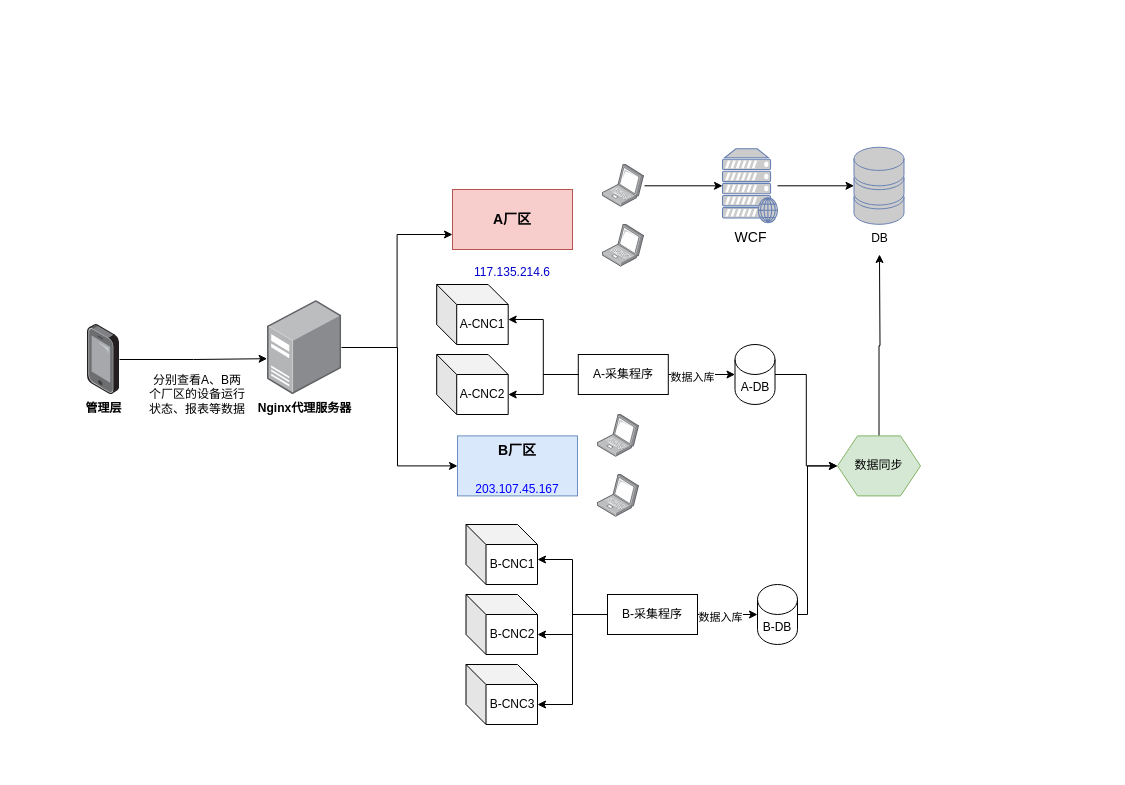
This is 未命名绘图.drawio from jglie/Hello-World, a draw.io file, before an edit. Source tidied: cells renumbered, new cells numbered last; positions are measured from the earlier drawing's top-left corner, leaving out a move shared by most shapes. Both pictures are drawn from the tidied source at 100%, with x=0, y=0 at pixel (87, 147).
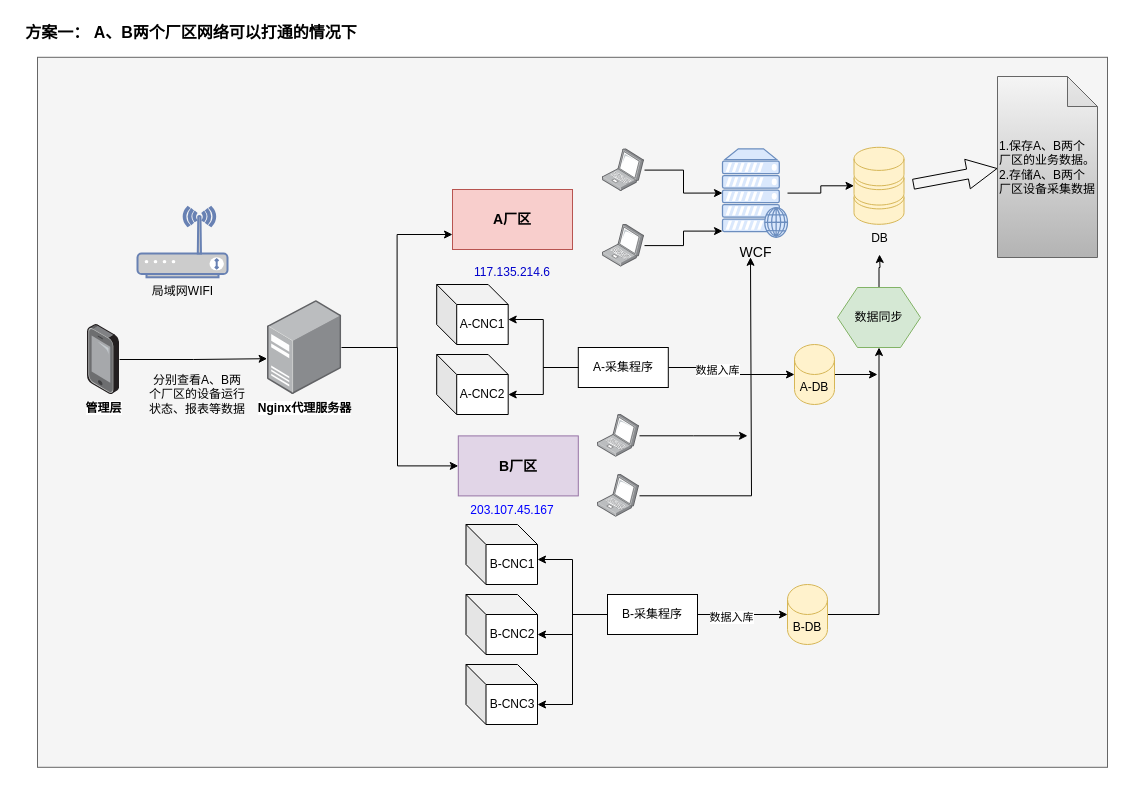
After the change.

Unchanged cells that the change refers to:
```xml
<mxCell id="15" style="image;points=[];html=1;align=center;shadow=0;dashed=0;image=img/lib/allied_telesis/computer_and_terminals/Laptop.svg;" parent="1" vertex="1">
  <mxGeometry x="515" y="76.8" width="42" height="42.6" as="geometry" />
</mxCell>
<mxCell id="16" style="image;points=[];html=1;align=center;shadow=0;dashed=0;image=img/lib/allied_telesis/computer_and_terminals/Laptop.svg;" parent="1" vertex="1">
  <mxGeometry x="510" y="267" width="42" height="42.6" as="geometry" />
</mxCell>
<mxCell id="17" style="image;points=[];html=1;align=center;shadow=0;dashed=0;image=img/lib/allied_telesis/computer_and_terminals/Laptop.svg;" parent="1" vertex="1">
  <mxGeometry x="510" y="327" width="42" height="42.6" as="geometry" />
</mxCell>
```

Diff of the diagram source:
```diff
@@
+    <mxCell id="42" style="rounded=0;whiteSpace=wrap;html=1;fillColor=#f5f5f5;fontColor=#333333;strokeColor=#666666;" parent="1" vertex="1">
+      <mxGeometry x="-50" y="-90.2" width="1070" height="710" as="geometry" />
+    </mxCell>
-    <mxCell id="2" value="&lt;font style=&quot;font-size: 14px;&quot;&gt;&lt;b&gt;B厂区&lt;/b&gt;&lt;/font&gt;&lt;div&gt;&lt;font style=&quot;font-size: 14px;&quot;&gt;&lt;b&gt;&lt;br&gt;&lt;/b&gt;&lt;/font&gt;&lt;/div&gt;&lt;div&gt;&lt;br&gt;&lt;/div&gt;" style="rounded=0;whiteSpace=wrap;html=1;fillColor=#dae8fc;strokeColor=#6c8ebf;" parent="1" vertex="1">
-      <mxGeometry x="370" y="288.4" width="120" height="60" as="geometry" />
+    <mxCell id="2" value="&lt;div&gt;&lt;font style=&quot;font-size: 14px;&quot;&gt;&lt;b&gt;&lt;br&gt;&lt;/b&gt;&lt;/font&gt;&lt;/div&gt;&lt;font style=&quot;font-size: 14px;&quot;&gt;&lt;b&gt;&lt;div&gt;&lt;font style=&quot;font-size: 14px;&quot;&gt;&lt;b&gt;&lt;br&gt;&lt;/b&gt;&lt;/font&gt;&lt;/div&gt;B厂区&lt;/b&gt;&lt;/font&gt;&lt;div&gt;&lt;font style=&quot;font-size: 14px;&quot;&gt;&lt;b&gt;&lt;br&gt;&lt;/b&gt;&lt;/font&gt;&lt;/div&gt;&lt;div&gt;&lt;br&gt;&lt;/div&gt;" style="rounded=0;whiteSpace=wrap;html=1;fillColor=#e1d5e7;strokeColor=#9673a6;" parent="1" vertex="1">
+      <mxGeometry x="370.8" y="288.4" width="120" height="60" as="geometry" />
     </mxCell>
@@
-    <mxCell id="4" style="edgeStyle=orthogonalEdgeStyle;rounded=0;jettySize=auto;html=1;entryX=0;entryY=0.5;entryDx=0;entryDy=0;" parent="1" edge="1" source="5" target="40">
-      <mxGeometry relative="1" as="geometry">
-        <Array as="points">
-          <mxPoint x="720" y="467" />
-          <mxPoint x="720" y="318" />
-        </Array>
-      </mxGeometry>
+    <mxCell id="4" style="edgeStyle=orthogonalEdgeStyle;rounded=0;jettySize=auto;html=1;" parent="1" edge="1" source="5" target="40">
+      <mxGeometry relative="1" as="geometry" />
     </mxCell>
-    <mxCell id="5" value="B-DB" style="shape=cylinder3;whiteSpace=wrap;html=1;boundedLbl=1;backgroundOutline=1;size=15;" parent="1" vertex="1">
-      <mxGeometry x="670" y="437" width="40" height="60" as="geometry" />
+    <mxCell id="5" value="B-DB" style="shape=cylinder3;whiteSpace=wrap;html=1;boundedLbl=1;backgroundOutline=1;size=15;fillColor=#fff2cc;strokeColor=#d6b656;" parent="1" vertex="1">
+      <mxGeometry x="700" y="437" width="40" height="60" as="geometry" />
     </mxCell>
@@
     <mxCell id="12" value="&lt;font style=&quot;color: rgb(0, 0, 255);&quot;&gt;203.107.45.167&lt;/font&gt;" style="text;html=1;align=center;verticalAlign=middle;whiteSpace=wrap;rounded=0;" parent="1" vertex="1">
-      <mxGeometry x="400" y="327" width="60" height="30" as="geometry" />
+      <mxGeometry x="395" y="348.4" width="60" height="30" as="geometry" />
     </mxCell>
@@
     <mxCell id="14" style="image;points=[];html=1;align=center;shadow=0;dashed=0;image=img/lib/allied_telesis/computer_and_terminals/Laptop.svg;" parent="1" vertex="1">
-      <mxGeometry x="515" y="17" width="42" height="42.6" as="geometry" />
+      <mxGeometry x="515" y="1.3" width="42" height="42.6" as="geometry" />
     </mxCell>
@@
+    <mxCell id="43" style="edgeStyle=orthogonalEdgeStyle;rounded=0;jettySize=auto;html=1;" parent="1" edge="1" source="16">
+      <mxGeometry relative="1" as="geometry">
+        <mxPoint x="660" y="288.3" as="targetPoint" />
+      </mxGeometry>
+    </mxCell>
@@
+    <mxCell id="44" style="edgeStyle=orthogonalEdgeStyle;rounded=0;jettySize=auto;html=1;" parent="1" edge="1" source="17">
+      <mxGeometry relative="1" as="geometry">
+        <mxPoint x="663" y="109.8" as="targetPoint" />
+        <Array as="points">
+          <mxPoint x="664" y="348.8" />
+        </Array>
+      </mxGeometry>
+    </mxCell>
@@
-    <mxCell id="18" value="&lt;font style=&quot;font-size: 14px; color: rgb(0, 0, 0);&quot;&gt;WCF&lt;/font&gt;" style="fontColor=#0066CC;verticalAlign=top;verticalLabelPosition=bottom;labelPosition=center;align=center;html=1;outlineConnect=0;fillColor=#CCCCCC;strokeColor=#6881B3;gradientColor=none;gradientDirection=north;strokeWidth=2;shape=mxgraph.networks.web_server;" parent="1" vertex="1">
-      <mxGeometry x="635" y="1.3" width="55" height="74" as="geometry" />
+    <mxCell id="18" value="&lt;font style=&quot;font-size: 14px; color: rgb(0, 0, 0);&quot;&gt;WCF&lt;/font&gt;" style="verticalAlign=top;verticalLabelPosition=bottom;labelPosition=center;align=center;html=1;outlineConnect=0;fillColor=#dae8fc;strokeColor=#6c8ebf;gradientDirection=north;strokeWidth=2;shape=mxgraph.networks.web_server;" parent="1" vertex="1">
+      <mxGeometry x="635" y="1.3" width="65" height="88.5" as="geometry" />
     </mxCell>
+    <mxCell id="45" style="edgeStyle=orthogonalEdgeStyle;rounded=0;jettySize=auto;html=1;strokeColor=none;" parent="1" edge="1" source="19" target="51">
+      <mxGeometry relative="1" as="geometry" />
+    </mxCell>
+    <mxCell id="46" style="edgeStyle=orthogonalEdgeStyle;rounded=0;orthogonalLoop=1;jettySize=auto;html=1;shape=arrow;" parent="1" edge="1">
+      <mxGeometry relative="1" as="geometry">
+        <mxPoint x="826" y="36.7" as="sourcePoint" />
+        <mxPoint x="909.5" y="21" as="targetPoint" />
+      </mxGeometry>
+    </mxCell>
-    <mxCell id="19" value="&lt;font style=&quot;color: rgb(0, 0, 0);&quot;&gt;DB&lt;/font&gt;" style="fontColor=#0066CC;verticalAlign=top;verticalLabelPosition=bottom;labelPosition=center;align=center;html=1;outlineConnect=0;fillColor=#CCCCCC;strokeColor=#6881B3;gradientColor=none;gradientDirection=north;strokeWidth=2;shape=mxgraph.networks.storage;" parent="1" vertex="1">
+    <mxCell id="19" value="&lt;font style=&quot;color: rgb(0, 0, 0);&quot;&gt;DB&lt;/font&gt;" style="verticalAlign=top;verticalLabelPosition=bottom;labelPosition=center;align=center;html=1;outlineConnect=0;fillColor=#fff2cc;strokeColor=#d6b656;gradientDirection=north;strokeWidth=2;shape=mxgraph.networks.storage;" parent="1" vertex="1">
       <mxGeometry x="766.5" y="-0.2" width="50" height="77" as="geometry" />
     </mxCell>
@@
-    <mxCell id="29" style="edgeStyle=orthogonalEdgeStyle;rounded=0;jettySize=auto;html=1;entryX=0;entryY=0.5;entryDx=0;entryDy=0;" parent="1" edge="1" source="30" target="40">
-      <mxGeometry relative="1" as="geometry" />
-    </mxCell>
+    <mxCell id="47" style="edgeStyle=orthogonalEdgeStyle;rounded=0;jettySize=auto;html=1;" parent="1" edge="1" source="30">
+      <mxGeometry relative="1" as="geometry">
+        <mxPoint x="790" y="227" as="targetPoint" />
+      </mxGeometry>
+    </mxCell>
-    <mxCell id="30" value="A-DB" style="shape=cylinder3;whiteSpace=wrap;html=1;boundedLbl=1;backgroundOutline=1;size=15;" parent="1" vertex="1">
-      <mxGeometry x="647.5" y="197" width="40" height="60" as="geometry" />
+    <mxCell id="30" value="A-DB" style="shape=cylinder3;whiteSpace=wrap;html=1;boundedLbl=1;backgroundOutline=1;size=15;fillColor=#fff2cc;strokeColor=#d6b656;" parent="1" vertex="1">
+      <mxGeometry x="707" y="197" width="40" height="60" as="geometry" />
     </mxCell>
@@
     <mxCell id="34" value="A-采集程序" style="rounded=0;whiteSpace=wrap;html=1;" parent="1" vertex="1">
-      <mxGeometry x="490.8" y="207" width="90" height="40" as="geometry" />
+      <mxGeometry x="490.8" y="200" width="90" height="40" as="geometry" />
     </mxCell>
@@
     <mxCell id="40" value="数据同步" style="shape=hexagon;perimeter=hexagonPerimeter2;whiteSpace=wrap;html=1;fixedSize=1;fillColor=#d5e8d4;strokeColor=#82b366;" parent="1" vertex="1">
-      <mxGeometry x="750" y="288.4" width="83" height="60" as="geometry" />
+      <mxGeometry x="750" y="140" width="83" height="60" as="geometry" />
     </mxCell>
@@
+    <mxCell id="48" value="&lt;b&gt;&lt;font style=&quot;font-size: 16px;&quot;&gt;方案一： A、B两个厂区网络可以打通的情况下&lt;/font&gt;&lt;/b&gt;" style="text;html=1;align=center;verticalAlign=middle;whiteSpace=wrap;rounded=0;" parent="1" vertex="1">
+      <mxGeometry x="-70" y="-130.2" width="348" height="30" as="geometry" />
+    </mxCell>
+    <mxCell id="49" value="&lt;font style=&quot;color: rgb(0, 0, 0);&quot;&gt;局域网WIFI&lt;/font&gt;" style="fontColor=#0066CC;verticalAlign=top;verticalLabelPosition=bottom;labelPosition=center;align=center;html=1;fillColor=#CCCCCC;strokeColor=#6881B3;gradientColor=none;gradientDirection=north;strokeWidth=2;shape=mxgraph.networks.wireless_modem;" parent="1" vertex="1">
+      <mxGeometry x="50" y="59.6" width="90" height="70.2" as="geometry" />
+    </mxCell>
+    <mxCell id="50" style="edgeStyle=orthogonalEdgeStyle;rounded=0;jettySize=auto;html=1;entryX=0;entryY=0.93;entryDx=0;entryDy=0;entryPerimeter=0;" parent="1" edge="1" source="15" target="18">
+      <mxGeometry relative="1" as="geometry" />
+    </mxCell>
+    <mxCell id="51" value="1.保存A、B两个厂区的业务数据。&lt;div&gt;2.存储A、B两个厂区设备采集数据&lt;/div&gt;" style="shape=note;whiteSpace=wrap;html=1;backgroundOutline=1;darkOpacity=0.05;align=left;fillColor=#f5f5f5;strokeColor=#666666;gradientColor=#b3b3b3;" parent="1" vertex="1">
+      <mxGeometry x="910" y="-71" width="100" height="181" as="geometry" />
+    </mxCell>
```
